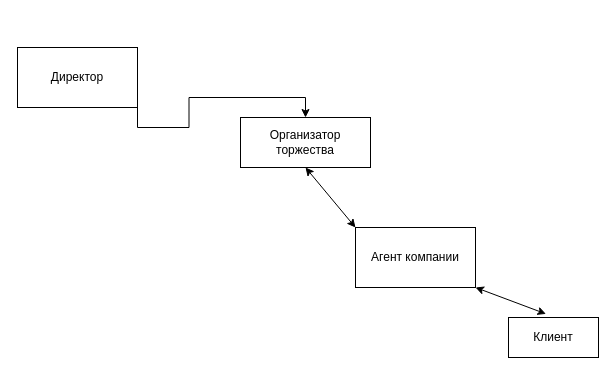
Earlier version of the draw.io diagram Организационная структура.drawio (Aazmandiuc/DataBases). Source tidied: cells renumbered, new cells numbered last; positions are measured from the earlier drawing's top-left corner, leaving out a move shared by most shapes. Both pictures are drawn from the tidied source at 100%, with x=0, y=0 at pixel (17, 47).
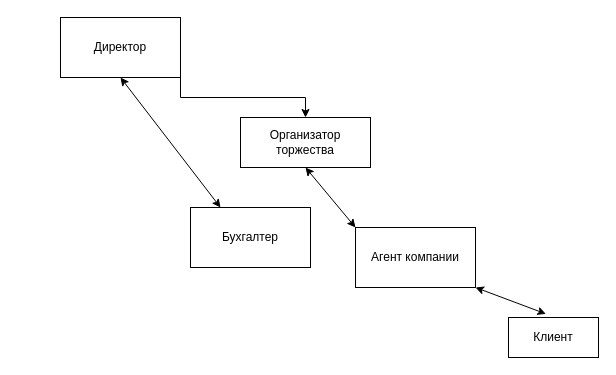
Above is the later version.

The edit, as a diff of the source:
```diff
@@
 <mxGraphModel>
   <root>
     <mxCell id="0" />
     <mxCell id="1" parent="0" />
     <mxCell id="2" style="edgeStyle=orthogonalEdgeStyle;rounded=0;jettySize=auto;html=1;exitX=1;exitY=1;exitDx=0;exitDy=0;entryX=0.5;entryY=0;entryDx=0;entryDy=0;" parent="1" edge="1" source="3" target="7">
       <mxGeometry relative="1" as="geometry" />
     </mxCell>
     <mxCell id="3" value="Директор" style="rounded=0;whiteSpace=wrap;html=1;" parent="1" vertex="1">
-      <mxGeometry width="120" height="60" as="geometry" />
+      <mxGeometry x="43" y="-30" width="120" height="60" as="geometry" />
     </mxCell>
     <mxCell id="4" value="Агент компании" style="rounded=0;whiteSpace=wrap;html=1;" parent="1" vertex="1">
       <mxGeometry x="338" y="180" width="120" height="60" as="geometry" />
     </mxCell>
     <mxCell id="5" value="Клиент" style="rounded=0;whiteSpace=wrap;html=1;" parent="1" vertex="1">
       <mxGeometry x="491" y="270" width="90" height="40" as="geometry" />
     </mxCell>
     <mxCell id="6" style="endArrow=classic;startArrow=classic;html=1;rounded=0;exitX=1;exitY=1;exitDx=0;exitDy=0;entryX=0.416;entryY=-0.09;entryDx=0;entryDy=0;entryPerimeter=0;" parent="1" edge="1" source="4" target="5">
       <mxGeometry relative="1" as="geometry" />
     </mxCell>
     <mxCell id="7" value="Организатор торжества" style="rounded=0;whiteSpace=wrap;html=1;" parent="1" vertex="1">
       <mxGeometry x="223" y="70" width="130" height="50" as="geometry" />
     </mxCell>
     <mxCell id="8" style="endArrow=classic;startArrow=classic;html=1;rounded=0;exitX=0;exitY=0;exitDx=0;exitDy=0;entryX=0.5;entryY=1;entryDx=0;entryDy=0;" parent="1" edge="1" source="4" target="7">
       <mxGeometry relative="1" as="geometry" />
     </mxCell>
+    <mxCell id="9" value="Бухгалтер" style="rounded=0;whiteSpace=wrap;html=1;" parent="1" vertex="1">
+      <mxGeometry x="173" y="160" width="120" height="60" as="geometry" />
+    </mxCell>
+    <mxCell id="10" style="endArrow=classic;startArrow=classic;html=1;rounded=0;entryX=0.5;entryY=1;entryDx=0;entryDy=0;exitX=0.25;exitY=0;exitDx=0;exitDy=0;" parent="1" edge="1" source="9" target="3">
+      <mxGeometry relative="1" as="geometry" />
+    </mxCell>
   </root>
 </mxGraphModel>
```
